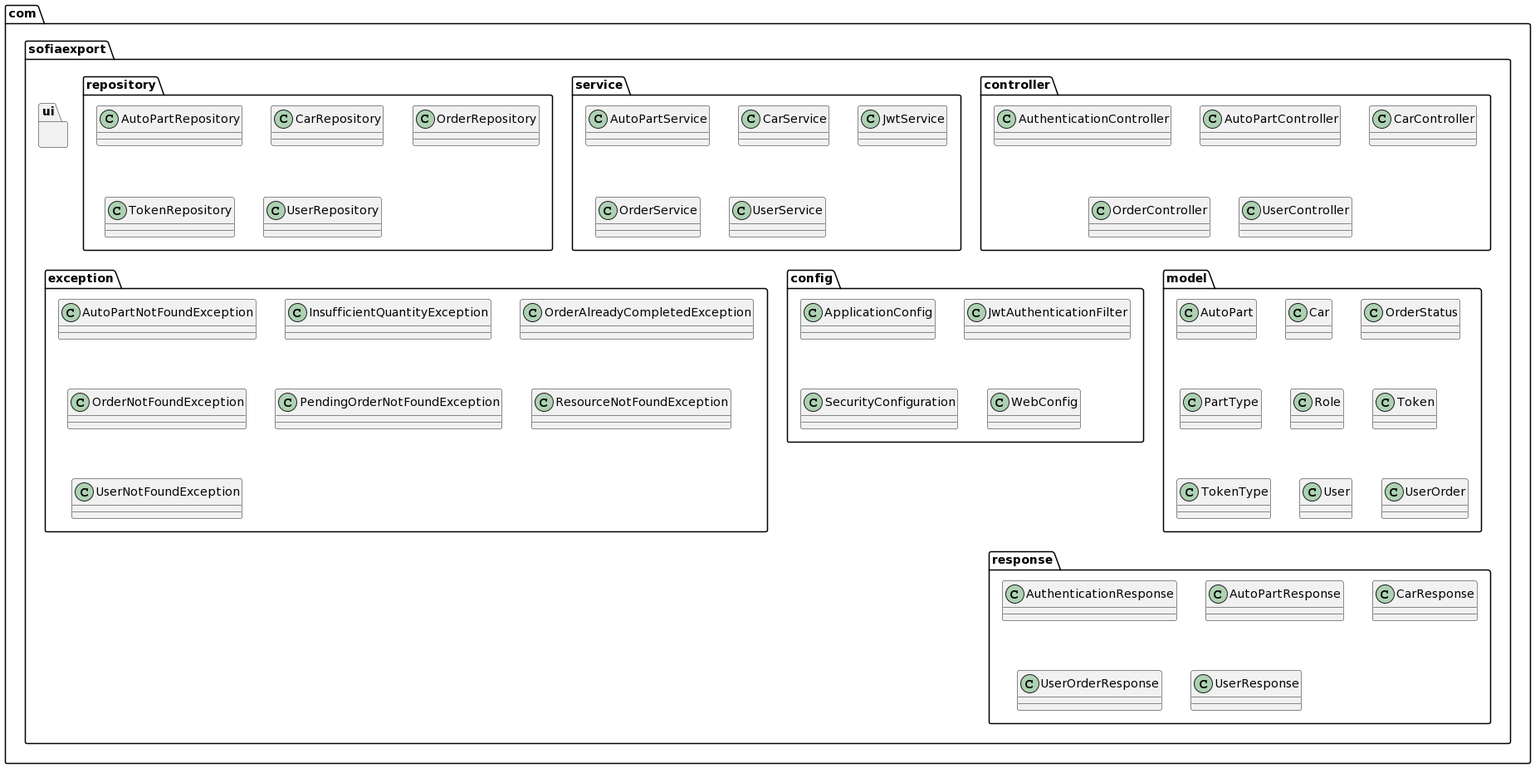
The PlantUML diagram class-diagram.png in emskiq-i-kompaniq/Autoparts-shop, before a commit.
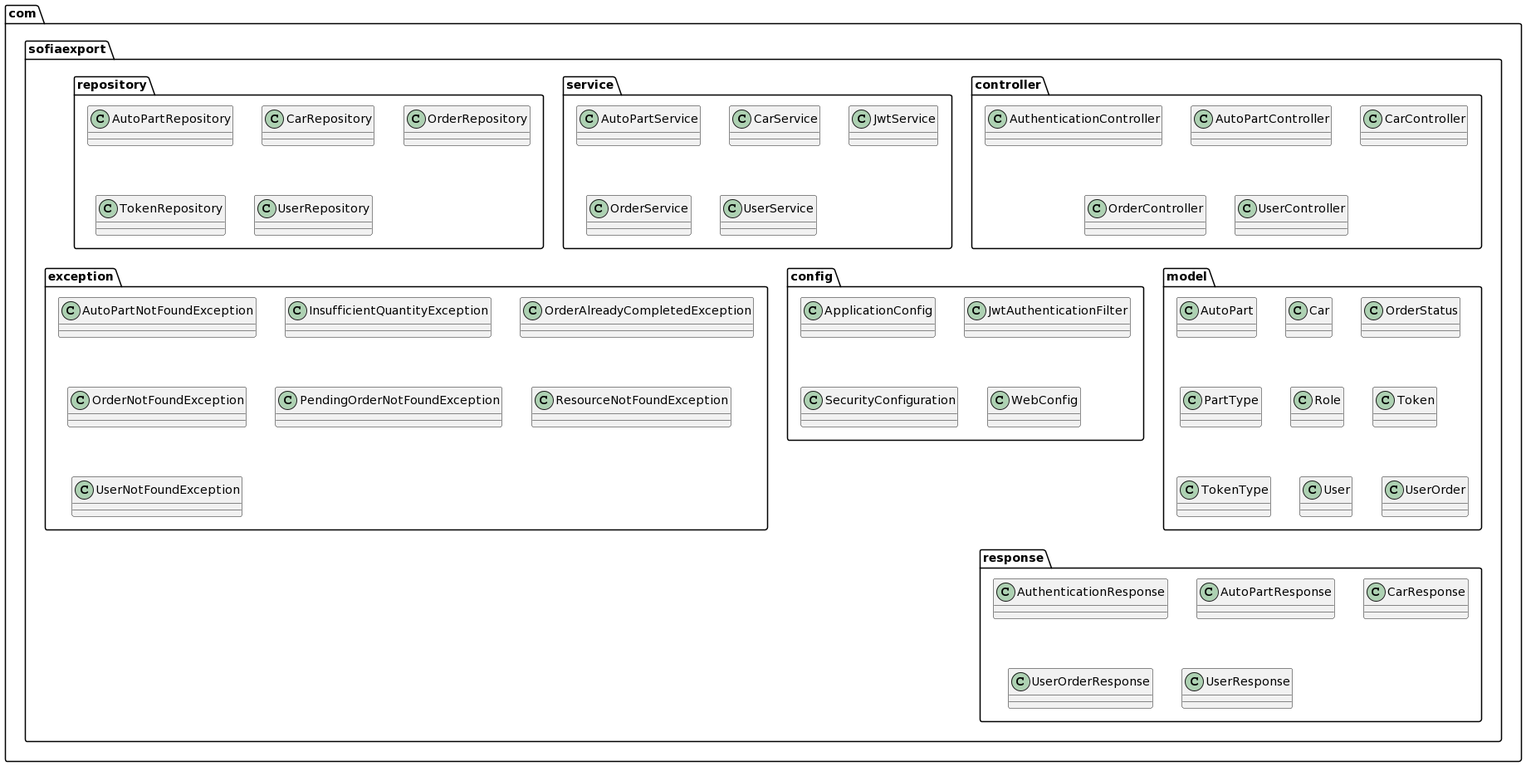
Above is the later version.

Change to the diagram source:
```diff
@@ -60,7 +60,4 @@
     class UserOrderResponse
     class UserResponse
   }
-
-  package ui {
-  }
 @enduml
```
